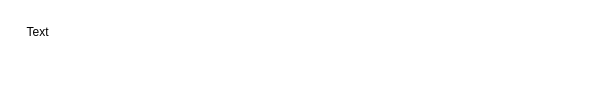
Above: customerLogin.drawio in JRRattle/AdvancedSoftwareProject (draw.io), before the change. Source tidied: cells renumbered, new cells numbered last; positions are measured from the earlier drawing's top-left corner, leaving out a move shared by most shapes. Both pictures are drawn from the tidied source at 100%, with x=0, y=0 at pixel (17, 17).
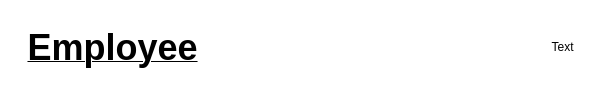
After the change.

Change to the diagram source:
```diff
@@
 <mxGraphModel>
   <root>
     <mxCell id="0" />
     <mxCell id="1" parent="0" />
-    <mxCell id="2" value="Text" style="text;html=1;align=center;verticalAlign=middle;strokeColor=none;fillColor=none;" parent="1" vertex="1">
-      <mxGeometry width="40" height="30" as="geometry" />
+    <mxCell id="2" value="&lt;b&gt;&lt;u&gt;&lt;font style=&quot;font-size: 36px;&quot;&gt;Employee&lt;/font&gt;&lt;/u&gt;&lt;/b&gt;" style="text;html=1;align=center;verticalAlign=middle;strokeColor=none;fillColor=none;" parent="1" vertex="1">
+      <mxGeometry width="190" height="60" as="geometry" />
     </mxCell>
+    <mxCell id="3" value="Text" style="text;html=1;align=center;verticalAlign=middle;strokeColor=none;fillColor=none;" parent="1" vertex="1">
+      <mxGeometry x="525" y="15" width="40" height="30" as="geometry" />
+    </mxCell>
   </root>
 </mxGraphModel>
```
